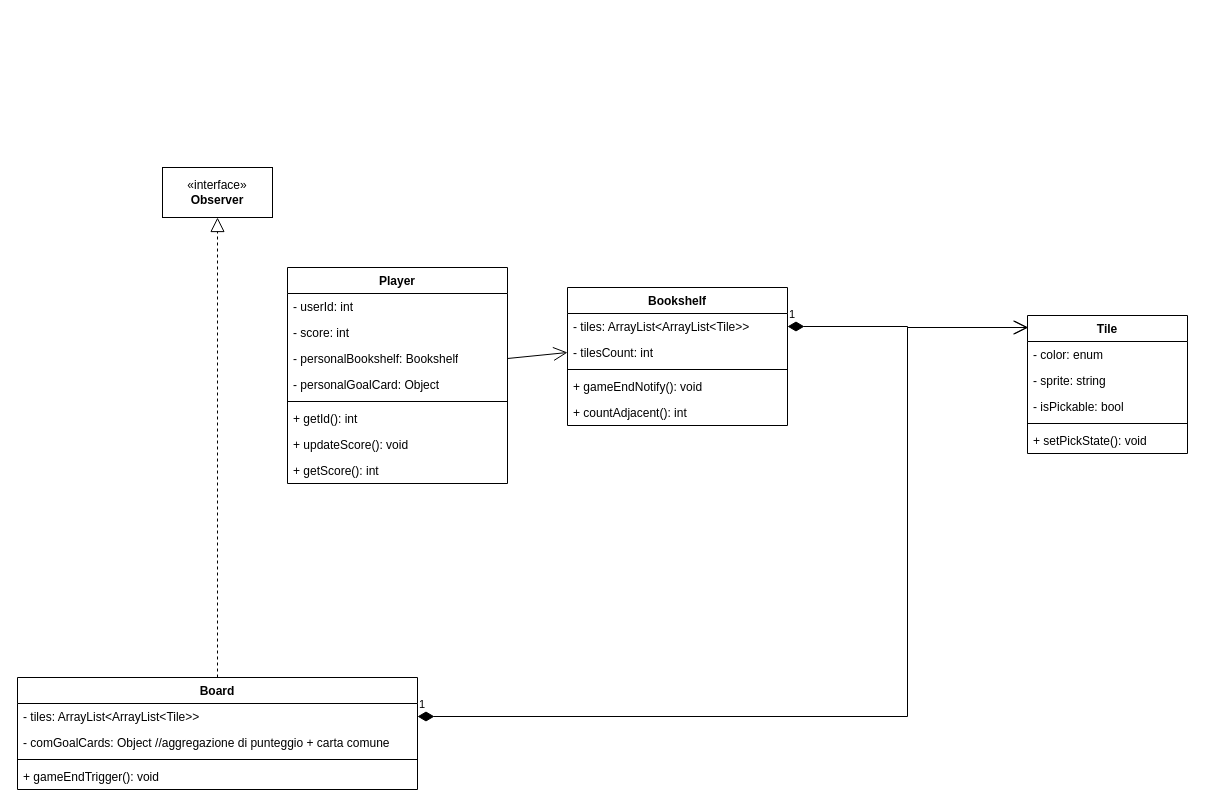
The draw.io diagram uml_diagram.drawio in no-dady/ing-sw-2023-shala-scandola-vigano-zenesini, before the edit. Source tidied: cells renumbered, new cells numbered last; positions are measured from the earlier drawing's top-left corner, leaving out a move shared by most shapes. Both pictures are drawn from the tidied source at 100%, with x=0, y=0 at pixel (17, 167).
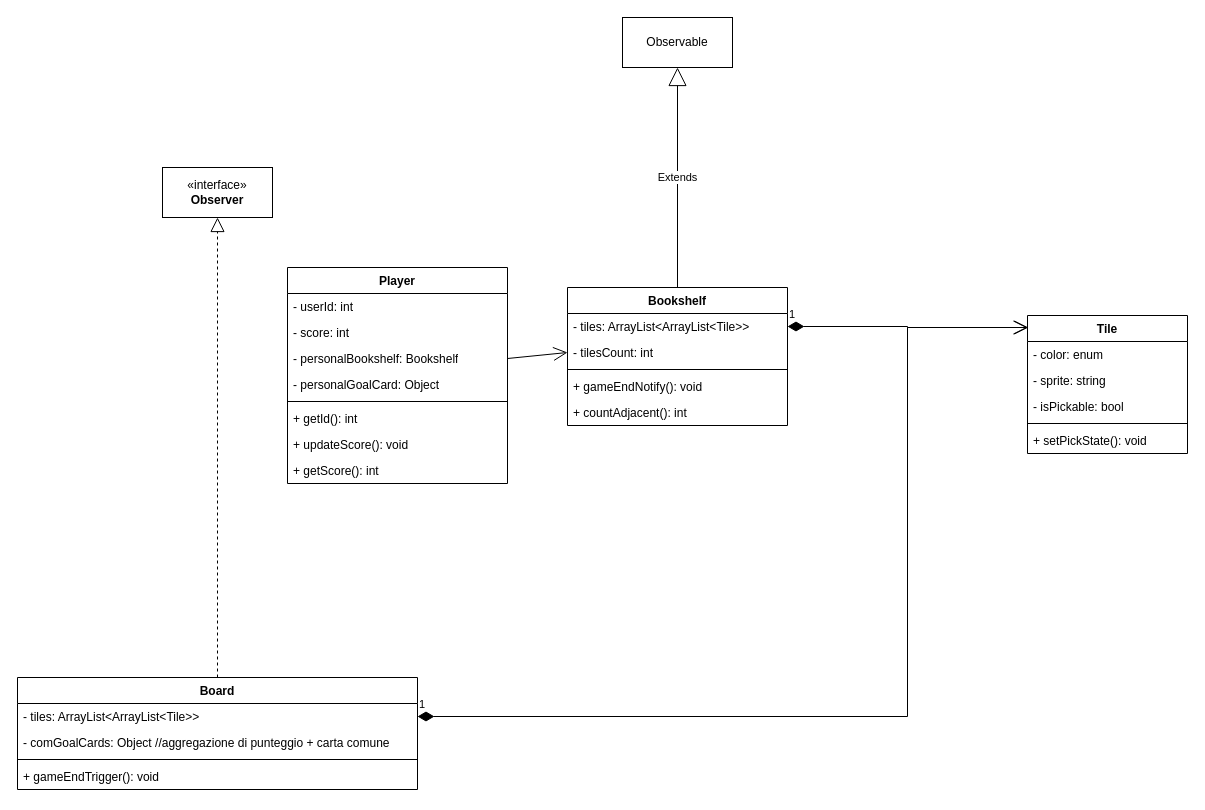
After the change.

Commit message:
Aggiunti observer e observable sample

Unchanged cells that the change refers to:
```xml
<mxCell id="8" value="Bookshelf" style="swimlane;fontStyle=1;align=center;verticalAlign=top;horizontal=1;startSize=26;whiteSpace=wrap;html=1;" parent="1" vertex="1">
  <mxGeometry x="550" y="120" width="220" height="138" as="geometry" />
</mxCell>
```

What changed in the source:
```diff
@@
+    <mxCell id="33" value="Observable" style="html=1;whiteSpace=wrap;" parent="1" vertex="1">
+      <mxGeometry x="605" y="-150" width="110" height="50" as="geometry" />
+    </mxCell>
+    <mxCell id="34" value="Extends" style="endArrow=block;endSize=16;endFill=0;html=1;rounded=0;exitX=0.5;exitY=0;exitDx=0;exitDy=0;entryX=0.5;entryY=1;entryDx=0;entryDy=0;" parent="1" edge="1" source="8" target="33">
+      <mxGeometry relative="1" as="geometry" />
+    </mxCell>
```
